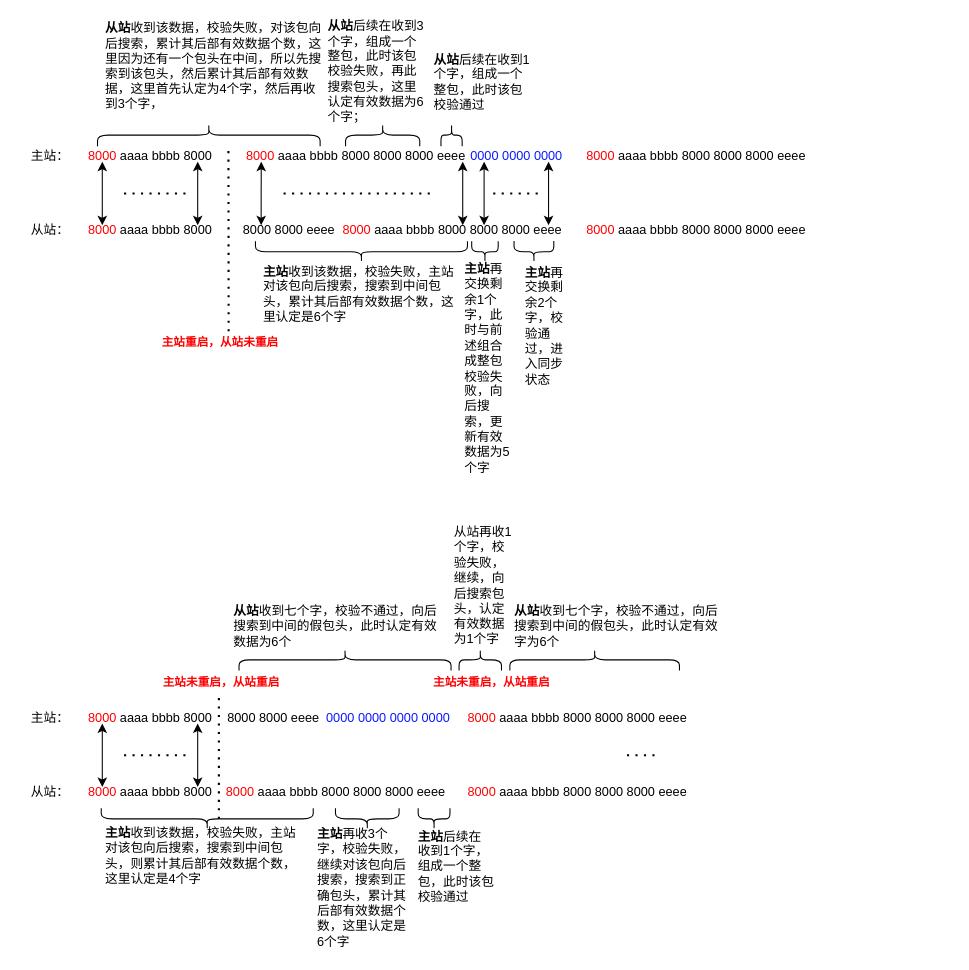
The draw.io diagram spi通讯库.drawio in zhuofengdd/draw.io, before the edit. Source tidied: cells renumbered, new cells numbered last; positions are measured from the earlier drawing's top-left corner, leaving out a move shared by most shapes. Both pictures are drawn from the tidied source at 106%, with x=0, y=0 at pixel (18, 23).
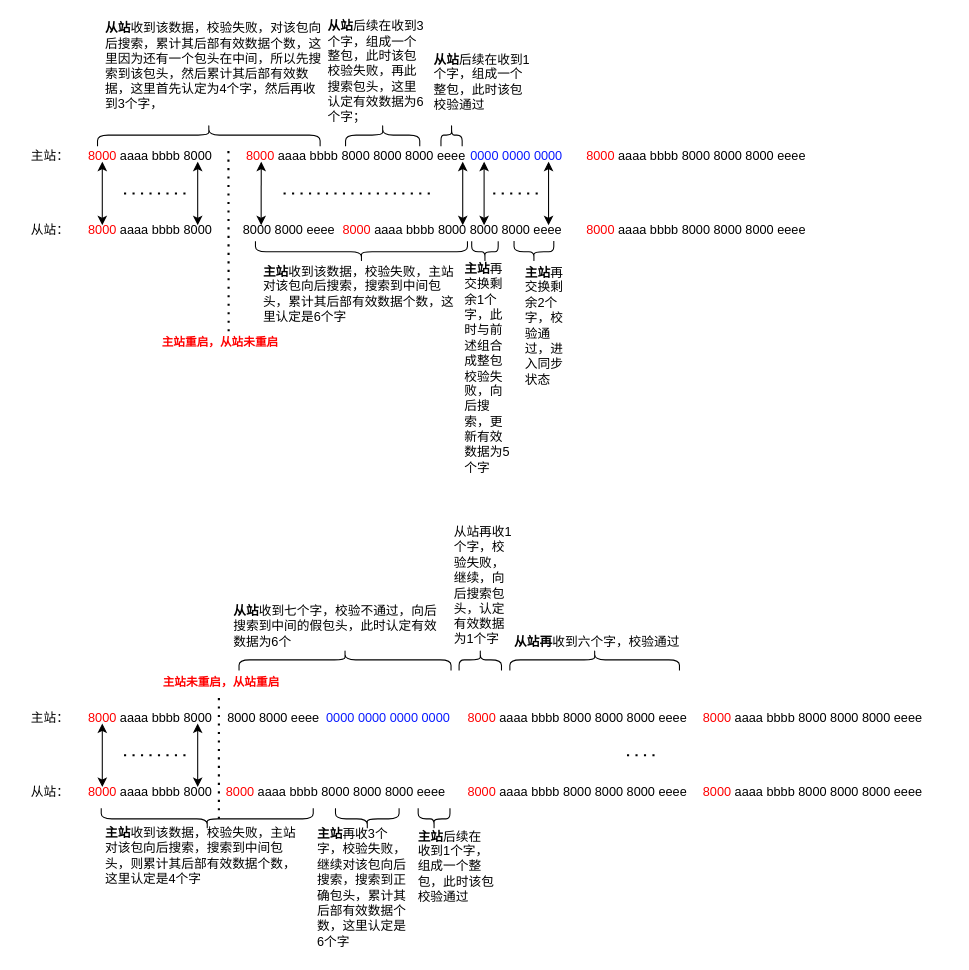
After the change.

Commit message (it also covers changes not shown here):
更新spi通讯库.drawio

What changed in the source:
```diff
@@
-    <mxCell id="58" value="&lt;b&gt;&lt;font color=&quot;#ff0000&quot;&gt;主站未重启，从站重启&lt;/font&gt;&lt;/b&gt;" style="edgeLabel;html=1;align=center;verticalAlign=middle;" parent="1" vertex="1">
-      <mxGeometry x="445.5" y="620.5" as="geometry" />
-    </mxCell>
@@
-    <mxCell id="60" value="&lt;b&gt;从站&lt;/b&gt;收到七个字，校验不通过，向后搜索到中间的假包头，此时认定有效字为6个" style="text;html=1;strokeColor=none;fillColor=none;align=left;verticalAlign=middle;whiteSpace=wrap;rounded=0;" parent="1" vertex="1">
-      <mxGeometry x="466.1" y="545" width="201" height="45" as="geometry" />
+    <mxCell id="60" value="&lt;b&gt;从站再&lt;/b&gt;收到六个字，校验通过" style="text;html=1;strokeColor=none;fillColor=none;align=left;verticalAlign=middle;whiteSpace=wrap;rounded=0;" parent="1" vertex="1">
+      <mxGeometry x="466.1" y="560" width="201" height="45" as="geometry" />
     </mxCell>
@@
+    <mxCell id="63" value="&lt;font color=&quot;#ff0000&quot;&gt;8000&lt;/font&gt; aaaa bbbb 8000 8000 8000 eeee" style="text;strokeColor=none;fillColor=none;align=left;verticalAlign=middle;spacingLeft=4;spacingRight=4;overflow=hidden;whiteSpace=wrap;html=1;" parent="1" vertex="1">
+      <mxGeometry x="640" y="640" width="240" height="30" as="geometry" />
+    </mxCell>
+    <mxCell id="64" value="&lt;font color=&quot;#ff0000&quot;&gt;8000&lt;/font&gt; aaaa bbbb 8000 8000 8000 eeee" style="text;strokeColor=none;fillColor=none;align=left;verticalAlign=middle;spacingLeft=4;spacingRight=4;overflow=hidden;whiteSpace=wrap;html=1;" parent="1" vertex="1">
+      <mxGeometry x="640" y="710" width="240" height="30" as="geometry" />
+    </mxCell>
```
